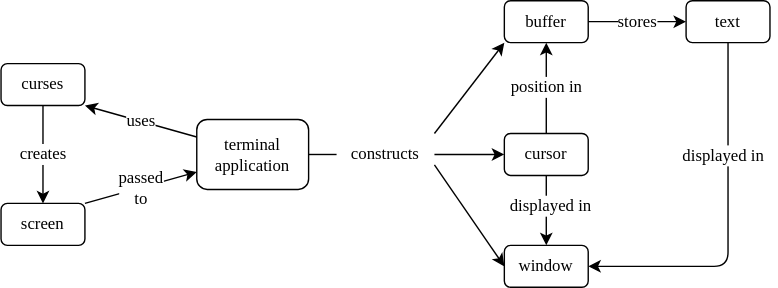
Earlier version of the draw.io export sdxpy/viewer/concept_map.svg (gvwilson/thirdbit). Source tidied: cells renumbered, new cells last; positions are measured from the earlier drawing's top-left corner, leaving out a move shared by most shapes.
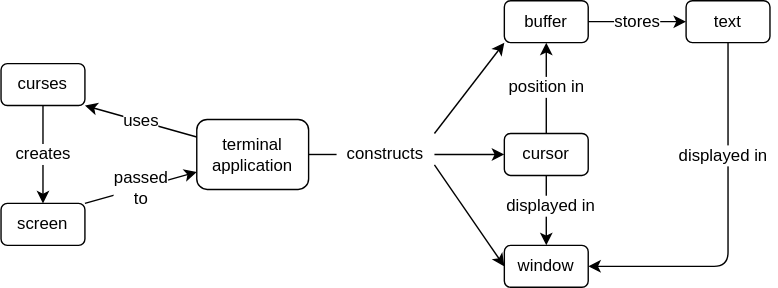
After the change.

What changed in the source:
```diff
@@ -2,71 +2,71 @@
   <root>
     <mxCell id="0" />
     <mxCell id="1" parent="0" />
-    <mxCell id="2" value="terminal&lt;br style=&quot;font-size: 12px;&quot;&gt;application" style="rounded=1;whiteSpace=wrap;html=1;fillColor=none;fontFamily=Verdana;fontSize=12;" parent="1" vertex="1">
+    <mxCell id="2" value="terminal&lt;br style=&quot;font-size: 12px;&quot;&gt;application" style="rounded=1;whiteSpace=wrap;html=1;fillColor=none;fontFamily=Helvetica;fontSize=12;" parent="1" vertex="1">
       <mxGeometry x="140" y="85" width="80" height="50" as="geometry" />
     </mxCell>
-    <mxCell id="3" value="buffer" style="rounded=1;whiteSpace=wrap;html=1;fillColor=none;fontFamily=Verdana;fontSize=12;" parent="1" vertex="1">
+    <mxCell id="3" value="buffer" style="rounded=1;whiteSpace=wrap;html=1;fillColor=none;fontFamily=Helvetica;fontSize=12;" parent="1" vertex="1">
       <mxGeometry x="360" width="60" height="30" as="geometry" />
     </mxCell>
-    <mxCell id="4" value="cursor" style="rounded=1;whiteSpace=wrap;html=1;fillColor=none;fontFamily=Verdana;fontSize=12;" parent="1" vertex="1">
+    <mxCell id="4" value="cursor" style="rounded=1;whiteSpace=wrap;html=1;fillColor=none;fontFamily=Helvetica;fontSize=12;" parent="1" vertex="1">
       <mxGeometry x="360" y="95" width="60" height="30" as="geometry" />
     </mxCell>
-    <mxCell id="5" value="window" style="rounded=1;whiteSpace=wrap;html=1;fillColor=none;fontFamily=Verdana;fontSize=12;" parent="1" vertex="1">
+    <mxCell id="5" value="window" style="rounded=1;whiteSpace=wrap;html=1;fillColor=none;fontFamily=Helvetica;fontSize=12;" parent="1" vertex="1">
       <mxGeometry x="360" y="175" width="60" height="30" as="geometry" />
     </mxCell>
-    <mxCell id="6" value="constructs" style="text;html=1;strokeColor=none;fillColor=none;align=center;verticalAlign=middle;whiteSpace=wrap;rounded=0;fontFamily=Verdana;fontSize=12;" parent="1" vertex="1">
+    <mxCell id="6" value="constructs" style="text;html=1;strokeColor=none;fillColor=none;align=center;verticalAlign=middle;whiteSpace=wrap;rounded=0;fontFamily=Helvetica;fontSize=12;" parent="1" vertex="1">
       <mxGeometry x="240" y="95" width="70" height="30" as="geometry" />
     </mxCell>
-    <mxCell id="7" style="endArrow=none;html=1;rounded=0;entryX=0;entryY=0.5;entryDx=0;entryDy=0;exitX=1;exitY=0.5;exitDx=0;exitDy=0;fontFamily=Verdana;fontSize=12;" parent="1" edge="1" source="2" target="6">
+    <mxCell id="7" style="endArrow=none;html=1;rounded=0;entryX=0;entryY=0.5;entryDx=0;entryDy=0;exitX=1;exitY=0.5;exitDx=0;exitDy=0;fontFamily=Helvetica;fontSize=12;" parent="1" edge="1" source="2" target="6">
       <mxGeometry relative="1" as="geometry" />
     </mxCell>
-    <mxCell id="8" style="endArrow=classic;html=1;rounded=0;entryX=0;entryY=0.5;entryDx=0;entryDy=0;exitX=1;exitY=0.5;exitDx=0;exitDy=0;fontFamily=Verdana;fontSize=12;" parent="1" edge="1" source="6" target="4">
+    <mxCell id="8" style="endArrow=classic;html=1;rounded=0;entryX=0;entryY=0.5;entryDx=0;entryDy=0;exitX=1;exitY=0.5;exitDx=0;exitDy=0;fontFamily=Helvetica;fontSize=12;" parent="1" edge="1" source="6" target="4">
       <mxGeometry relative="1" as="geometry" />
     </mxCell>
-    <mxCell id="9" style="endArrow=classic;html=1;rounded=0;entryX=0;entryY=1;entryDx=0;entryDy=0;exitX=1;exitY=0;exitDx=0;exitDy=0;fontFamily=Verdana;fontSize=12;" parent="1" edge="1" source="6" target="3">
+    <mxCell id="9" style="endArrow=classic;html=1;rounded=0;entryX=0;entryY=1;entryDx=0;entryDy=0;exitX=1;exitY=0;exitDx=0;exitDy=0;fontFamily=Helvetica;fontSize=12;" parent="1" edge="1" source="6" target="3">
       <mxGeometry relative="1" as="geometry" />
     </mxCell>
-    <mxCell id="10" style="endArrow=classic;html=1;rounded=0;entryX=0;entryY=0.5;entryDx=0;entryDy=0;exitX=1;exitY=0.75;exitDx=0;exitDy=0;fontFamily=Verdana;fontSize=12;" parent="1" edge="1" source="6" target="5">
+    <mxCell id="10" style="endArrow=classic;html=1;rounded=0;entryX=0;entryY=0.5;entryDx=0;entryDy=0;exitX=1;exitY=0.75;exitDx=0;exitDy=0;fontFamily=Helvetica;fontSize=12;" parent="1" edge="1" source="6" target="5">
       <mxGeometry relative="1" as="geometry" />
     </mxCell>
-    <mxCell id="11" value="curses" style="rounded=1;whiteSpace=wrap;html=1;fillColor=none;fontFamily=Verdana;fontSize=12;" parent="1" vertex="1">
+    <mxCell id="11" value="curses" style="rounded=1;whiteSpace=wrap;html=1;fillColor=none;fontFamily=Helvetica;fontSize=12;" parent="1" vertex="1">
       <mxGeometry y="45" width="60" height="30" as="geometry" />
     </mxCell>
-    <mxCell id="12" value="&lt;font style=&quot;font-size: 12px;&quot;&gt;uses&lt;/font&gt;" style="endArrow=classic;html=1;rounded=0;entryX=1;entryY=1;entryDx=0;entryDy=0;exitX=0;exitY=0.25;exitDx=0;exitDy=0;fontFamily=Verdana;fontSize=12;" parent="1" edge="1" source="2" target="11">
+    <mxCell id="12" value="&lt;font style=&quot;font-size: 12px;&quot;&gt;uses&lt;/font&gt;" style="endArrow=classic;html=1;rounded=0;entryX=1;entryY=1;entryDx=0;entryDy=0;exitX=0;exitY=0.25;exitDx=0;exitDy=0;fontFamily=Helvetica;fontSize=12;" parent="1" edge="1" source="2" target="11">
       <mxGeometry relative="1" as="geometry" />
     </mxCell>
-    <mxCell id="13" value="screen" style="rounded=1;whiteSpace=wrap;html=1;fillColor=none;fontFamily=Verdana;fontSize=12;" parent="1" vertex="1">
+    <mxCell id="13" value="screen" style="rounded=1;whiteSpace=wrap;html=1;fillColor=none;fontFamily=Helvetica;fontSize=12;" parent="1" vertex="1">
       <mxGeometry y="145" width="60" height="30" as="geometry" />
     </mxCell>
-    <mxCell id="14" value="&lt;font style=&quot;font-size: 12px;&quot;&gt;creates&lt;/font&gt;" style="endArrow=classic;html=1;rounded=0;exitX=0.5;exitY=1;exitDx=0;exitDy=0;entryX=0.5;entryY=0;entryDx=0;entryDy=0;fontFamily=Verdana;fontSize=12;" parent="1" edge="1" source="11" target="13">
+    <mxCell id="14" value="&lt;font style=&quot;font-size: 12px;&quot;&gt;creates&lt;/font&gt;" style="endArrow=classic;html=1;rounded=0;exitX=0.5;exitY=1;exitDx=0;exitDy=0;entryX=0.5;entryY=0;entryDx=0;entryDy=0;fontFamily=Helvetica;fontSize=12;" parent="1" edge="1" source="11" target="13">
       <mxGeometry relative="1" as="geometry" />
     </mxCell>
-    <mxCell id="15" value="&lt;font style=&quot;font-size: 12px;&quot;&gt;passed&lt;br style=&quot;font-size: 12px;&quot;&gt;to&lt;/font&gt;" style="endArrow=classic;html=1;rounded=0;exitX=1;exitY=0;exitDx=0;exitDy=0;entryX=0;entryY=0.75;entryDx=0;entryDy=0;fontFamily=Verdana;fontSize=12;" parent="1" edge="1" source="13" target="2">
+    <mxCell id="15" value="&lt;font style=&quot;font-size: 12px;&quot;&gt;passed&lt;br style=&quot;font-size: 12px;&quot;&gt;to&lt;/font&gt;" style="endArrow=classic;html=1;rounded=0;exitX=1;exitY=0;exitDx=0;exitDy=0;entryX=0;entryY=0.75;entryDx=0;entryDy=0;fontFamily=Helvetica;fontSize=12;" parent="1" edge="1" source="13" target="2">
       <mxGeometry relative="1" as="geometry" />
     </mxCell>
-    <mxCell id="16" value="text" style="rounded=1;whiteSpace=wrap;html=1;fillColor=none;fontFamily=Verdana;fontSize=12;" parent="1" vertex="1">
+    <mxCell id="16" value="text" style="rounded=1;whiteSpace=wrap;html=1;fillColor=none;fontFamily=Helvetica;fontSize=12;" parent="1" vertex="1">
       <mxGeometry x="490" width="60" height="30" as="geometry" />
     </mxCell>
-    <mxCell id="17" value="&lt;font style=&quot;font-size: 12px;&quot;&gt;stores&lt;/font&gt;" style="endArrow=classic;html=1;rounded=0;entryX=0;entryY=0.5;entryDx=0;entryDy=0;exitX=1;exitY=0.5;exitDx=0;exitDy=0;fontFamily=Verdana;fontSize=12;" parent="1" edge="1" source="3" target="16">
+    <mxCell id="17" value="&lt;font style=&quot;font-size: 12px;&quot;&gt;stores&lt;/font&gt;" style="endArrow=classic;html=1;rounded=0;entryX=0;entryY=0.5;entryDx=0;entryDy=0;exitX=1;exitY=0.5;exitDx=0;exitDy=0;fontFamily=Helvetica;fontSize=12;" parent="1" edge="1" source="3" target="16">
       <mxGeometry relative="1" as="geometry" />
     </mxCell>
-    <mxCell id="18" value="&lt;font style=&quot;font-size: 12px;&quot;&gt;position in&lt;/font&gt;" style="endArrow=classic;html=1;rounded=0;entryX=0.5;entryY=1;entryDx=0;entryDy=0;exitX=0.5;exitY=0;exitDx=0;exitDy=0;fontFamily=Verdana;fontSize=12;" parent="1" edge="1" source="4" target="3">
+    <mxCell id="18" value="&lt;font style=&quot;font-size: 12px;&quot;&gt;position in&lt;/font&gt;" style="endArrow=classic;html=1;rounded=0;entryX=0.5;entryY=1;entryDx=0;entryDy=0;exitX=0.5;exitY=0;exitDx=0;exitDy=0;fontFamily=Helvetica;fontSize=12;" parent="1" edge="1" source="4" target="3">
       <mxGeometry relative="1" as="geometry" />
     </mxCell>
-    <mxCell id="19" style="endArrow=classic;html=1;rounded=0;entryX=0.5;entryY=0;entryDx=0;entryDy=0;exitX=0.5;exitY=1;exitDx=0;exitDy=0;fontFamily=Verdana;fontSize=12;" parent="1" edge="1" source="4" target="5">
+    <mxCell id="19" style="endArrow=classic;html=1;rounded=0;entryX=0.5;entryY=0;entryDx=0;entryDy=0;exitX=0.5;exitY=1;exitDx=0;exitDy=0;fontFamily=Helvetica;fontSize=12;" parent="1" edge="1" source="4" target="5">
       <mxGeometry relative="1" as="geometry" />
     </mxCell>
-    <mxCell id="20" value="&lt;font style=&quot;font-size: 12px;&quot;&gt;displayed in&lt;/font&gt;" style="edgeLabel;html=1;align=center;verticalAlign=middle;fontFamily=Verdana;fontSize=12;" parent="19" vertex="1">
+    <mxCell id="20" value="&lt;font style=&quot;font-size: 12px;&quot;&gt;displayed in&lt;/font&gt;" style="edgeLabel;html=1;align=center;verticalAlign=middle;fontFamily=Helvetica;fontSize=12;" parent="19" vertex="1">
       <mxGeometry x="-0.16" y="2" relative="1" as="geometry" />
     </mxCell>
-    <mxCell id="21" style="endArrow=classic;html=1;rounded=1;entryX=1;entryY=0.5;entryDx=0;entryDy=0;exitX=0.5;exitY=1;exitDx=0;exitDy=0;fontFamily=Verdana;fontSize=12;" parent="1" edge="1" source="16" target="5">
+    <mxCell id="21" style="endArrow=classic;html=1;rounded=1;entryX=1;entryY=0.5;entryDx=0;entryDy=0;exitX=0.5;exitY=1;exitDx=0;exitDy=0;fontFamily=Helvetica;fontSize=12;" parent="1" edge="1" source="16" target="5">
       <mxGeometry relative="1" as="geometry">
         <Array as="points">
           <mxPoint x="520" y="190" />
         </Array>
       </mxGeometry>
     </mxCell>
-    <mxCell id="22" value="&lt;font style=&quot;font-size: 12px;&quot;&gt;displayed in&amp;nbsp;&lt;/font&gt;" style="edgeLabel;html=1;align=center;verticalAlign=middle;fontFamily=Verdana;fontSize=12;" parent="21" vertex="1">
+    <mxCell id="22" value="&lt;font style=&quot;font-size: 12px;&quot;&gt;displayed in&amp;nbsp;&lt;/font&gt;" style="edgeLabel;html=1;align=center;verticalAlign=middle;fontFamily=Helvetica;fontSize=12;" parent="21" vertex="1">
       <mxGeometry x="-0.38" y="-3" relative="1" as="geometry" />
     </mxCell>
   </root>
```
